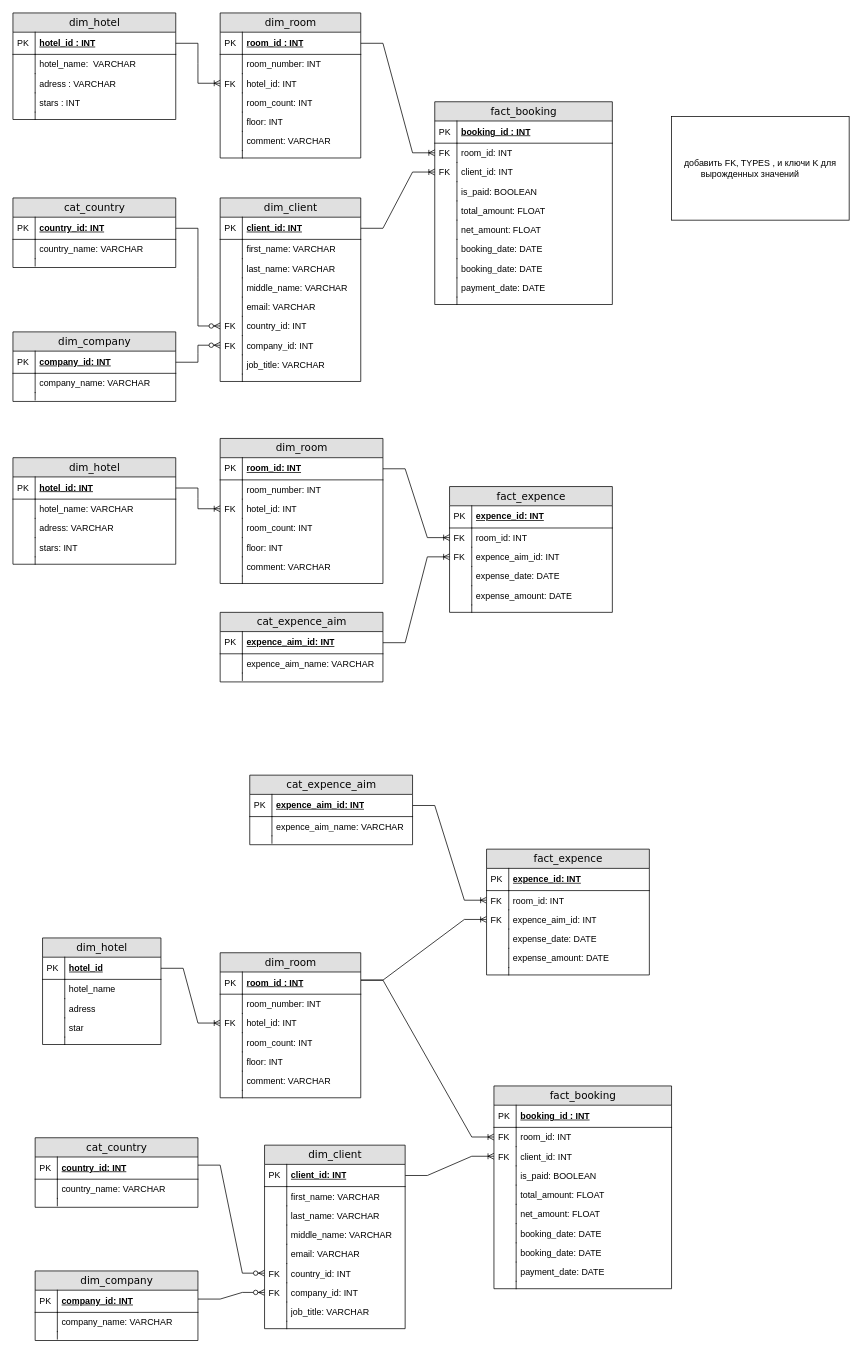
omgwer/Databases keeps this draw.io diagram as lab6/Диаграмма без названия-2.drawio. Above is the earlier version. Source tidied: cells renumbered, new cells numbered last; positions are measured from the earlier drawing's top-left corner, leaving out a move shared by most shapes. Both pictures are drawn from the tidied source at 74%, with x=0, y=0 at pixel (13, 13).
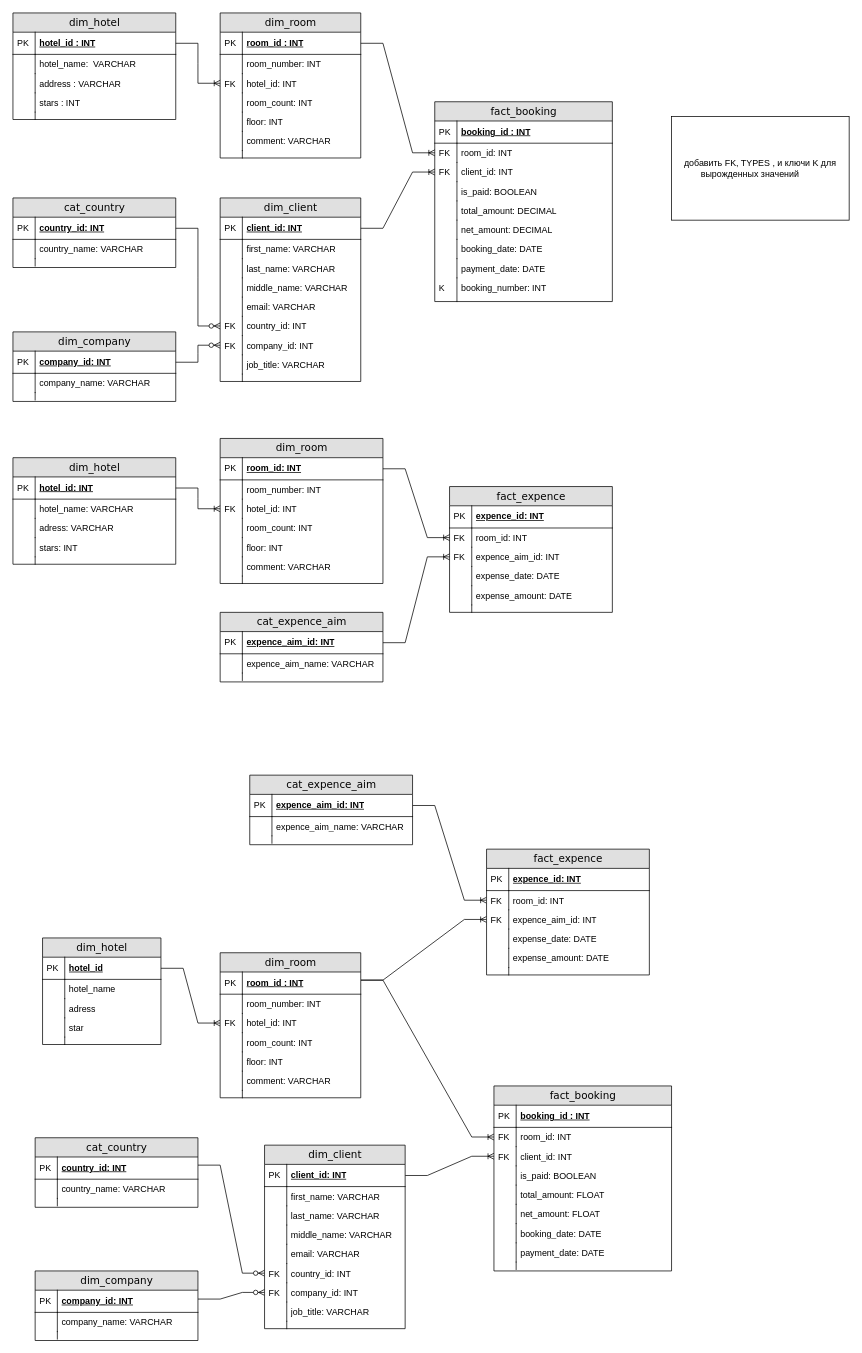
After the change.

Unchanged cells that the change refers to:
```xml
<mxCell id="2" value="dim_hotel" style="swimlane;html=1;fontStyle=0;horizontal=1;startSize=26;fillColor=#e0e0e0;swimlaneFillColor=#ffffff;align=center;rounded=0;shadow=0;comic=0;labelBackgroundColor=none;strokeWidth=1;fontFamily=Verdana;fontSize=14;" parent="1" vertex="1">
  <mxGeometry width="220" height="144" as="geometry" />
</mxCell>
```

What changed in the source:
```diff
@@
-    <mxCell id="7" value="adress : VARCHAR" style="shape=partialRectangle;top=0;left=0;right=0;bottom=0;html=1;align=left;verticalAlign=top;fillColor=none;spacingLeft=34;spacingRight=4;whiteSpace=wrap;overflow=hidden;" parent="2" vertex="1">
+    <mxCell id="7" value="address : VARCHAR" style="shape=partialRectangle;top=0;left=0;right=0;bottom=0;html=1;align=left;verticalAlign=top;fillColor=none;spacingLeft=34;spacingRight=4;whiteSpace=wrap;overflow=hidden;" parent="2" vertex="1">
       <mxGeometry y="82" width="220" height="26" as="geometry" />
     </mxCell>
@@
     <mxCell id="13" value="fact_booking" style="swimlane;html=1;fontStyle=0;horizontal=1;startSize=26;fillColor=#e0e0e0;swimlaneFillColor=#ffffff;align=center;rounded=0;shadow=0;comic=0;labelBackgroundColor=none;strokeWidth=1;fontFamily=Verdana;fontSize=14;" parent="1" vertex="1">
-      <mxGeometry x="570" y="120" width="240" height="274" as="geometry" />
+      <mxGeometry x="570" y="120" width="240" height="270" as="geometry" />
     </mxCell>
@@
-    <mxCell id="22" value="total_amount: FLOAT" style="shape=partialRectangle;top=0;left=0;right=0;bottom=0;html=1;align=left;verticalAlign=top;fillColor=none;spacingLeft=34;spacingRight=4;whiteSpace=wrap;overflow=hidden;" parent="13" vertex="1">
+    <mxCell id="22" value="total_amount: DECIMAL&lt;br&gt;" style="shape=partialRectangle;top=0;left=0;right=0;bottom=0;html=1;align=left;verticalAlign=top;fillColor=none;spacingLeft=34;spacingRight=4;whiteSpace=wrap;overflow=hidden;" parent="13" vertex="1">
       <mxGeometry y="134" width="240" height="26" as="geometry" />
     </mxCell>
@@
-    <mxCell id="24" value="net_amount: FLOAT" style="shape=partialRectangle;top=0;left=0;right=0;bottom=0;html=1;align=left;verticalAlign=top;fillColor=none;spacingLeft=34;spacingRight=4;whiteSpace=wrap;overflow=hidden;" parent="13" vertex="1">
+    <mxCell id="24" value="net_amount: DECIMAL&lt;br&gt;" style="shape=partialRectangle;top=0;left=0;right=0;bottom=0;html=1;align=left;verticalAlign=top;fillColor=none;spacingLeft=34;spacingRight=4;whiteSpace=wrap;overflow=hidden;" parent="13" vertex="1">
       <mxGeometry y="160" width="240" height="26" as="geometry" />
     </mxCell>
@@
-    <mxCell id="26" value="booking_date: DATE" style="shape=partialRectangle;top=0;left=0;right=0;bottom=0;html=1;align=left;verticalAlign=top;fillColor=none;spacingLeft=34;spacingRight=4;whiteSpace=wrap;overflow=hidden;" parent="13" vertex="1">
-      <mxGeometry y="186" width="240" height="26" as="geometry" />
-    </mxCell>
-    <mxCell id="27" style="shape=partialRectangle;top=0;left=0;bottom=0;html=1;fillColor=none;align=left;verticalAlign=top;spacingLeft=4;spacingRight=4;whiteSpace=wrap;overflow=hidden;" parent="26" vertex="1">
-      <mxGeometry width="30" height="26" as="geometry" />
-    </mxCell>
     <mxCell id="28" value="booking_date: DATE" style="shape=partialRectangle;top=0;left=0;right=0;bottom=0;html=1;align=left;verticalAlign=top;fillColor=none;spacingLeft=34;spacingRight=4;whiteSpace=wrap;overflow=hidden;" parent="13" vertex="1">
-      <mxGeometry y="212" width="240" height="26" as="geometry" />
+      <mxGeometry y="186" width="240" height="26" as="geometry" />
     </mxCell>
@@
     <mxCell id="30" value="payment_date: DATE" style="shape=partialRectangle;top=0;left=0;right=0;bottom=0;html=1;align=left;verticalAlign=top;fillColor=none;spacingLeft=34;spacingRight=4;whiteSpace=wrap;overflow=hidden;" parent="13" vertex="1">
-      <mxGeometry y="238" width="240" height="26" as="geometry" />
+      <mxGeometry y="212" width="240" height="26" as="geometry" />
     </mxCell>
@@
-    <mxCell id="32" style="shape=partialRectangle;top=0;left=0;right=0;bottom=0;html=1;align=left;verticalAlign=top;fillColor=none;spacingLeft=34;spacingRight=4;whiteSpace=wrap;overflow=hidden;" parent="13" vertex="1">
-      <mxGeometry y="264" width="240" height="10" as="geometry" />
+    <mxCell id="32" value="booking_number: INT" style="shape=partialRectangle;top=0;left=0;right=0;bottom=0;html=1;align=left;verticalAlign=top;fillColor=none;spacingLeft=34;spacingRight=4;whiteSpace=wrap;overflow=hidden;" parent="13" vertex="1">
+      <mxGeometry y="238" width="240" height="32" as="geometry" />
     </mxCell>
-    <mxCell id="33" style="shape=partialRectangle;top=0;left=0;bottom=0;html=1;fillColor=none;align=left;verticalAlign=top;spacingLeft=4;spacingRight=4;whiteSpace=wrap;overflow=hidden;" parent="32" vertex="1">
-      <mxGeometry width="30" height="10" as="geometry" />
+    <mxCell id="33" value="K" style="shape=partialRectangle;top=0;left=0;bottom=0;html=1;fillColor=none;align=left;verticalAlign=top;spacingLeft=4;spacingRight=4;whiteSpace=wrap;overflow=hidden;" parent="32" vertex="1">
+      <mxGeometry width="30" height="32" as="geometry" />
     </mxCell>
@@
     <mxCell id="176" value="fact_booking" style="swimlane;html=1;fontStyle=0;horizontal=1;startSize=26;fillColor=#e0e0e0;swimlaneFillColor=#ffffff;align=center;rounded=0;shadow=0;comic=0;labelBackgroundColor=none;strokeWidth=1;fontFamily=Verdana;fontSize=14;" parent="1" vertex="1">
-      <mxGeometry x="650" y="1450" width="240" height="274" as="geometry" />
+      <mxGeometry x="650" y="1450" width="240" height="250" as="geometry" />
     </mxCell>
@@
-    <mxCell id="189" value="booking_date: DATE" style="shape=partialRectangle;top=0;left=0;right=0;bottom=0;html=1;align=left;verticalAlign=top;fillColor=none;spacingLeft=34;spacingRight=4;whiteSpace=wrap;overflow=hidden;" parent="176" vertex="1">
-      <mxGeometry y="186" width="240" height="26" as="geometry" />
-    </mxCell>
-    <mxCell id="190" style="shape=partialRectangle;top=0;left=0;bottom=0;html=1;fillColor=none;align=left;verticalAlign=top;spacingLeft=4;spacingRight=4;whiteSpace=wrap;overflow=hidden;" parent="189" vertex="1">
-      <mxGeometry width="30" height="26" as="geometry" />
-    </mxCell>
     <mxCell id="191" value="booking_date: DATE" style="shape=partialRectangle;top=0;left=0;right=0;bottom=0;html=1;align=left;verticalAlign=top;fillColor=none;spacingLeft=34;spacingRight=4;whiteSpace=wrap;overflow=hidden;" parent="176" vertex="1">
-      <mxGeometry y="212" width="240" height="26" as="geometry" />
+      <mxGeometry y="186" width="240" height="26" as="geometry" />
     </mxCell>
@@
     <mxCell id="193" value="payment_date: DATE" style="shape=partialRectangle;top=0;left=0;right=0;bottom=0;html=1;align=left;verticalAlign=top;fillColor=none;spacingLeft=34;spacingRight=4;whiteSpace=wrap;overflow=hidden;" parent="176" vertex="1">
-      <mxGeometry y="238" width="240" height="26" as="geometry" />
+      <mxGeometry y="212" width="240" height="26" as="geometry" />
     </mxCell>
@@
     <mxCell id="195" style="shape=partialRectangle;top=0;left=0;right=0;bottom=0;html=1;align=left;verticalAlign=top;fillColor=none;spacingLeft=34;spacingRight=4;whiteSpace=wrap;overflow=hidden;" parent="176" vertex="1">
-      <mxGeometry y="264" width="240" height="10" as="geometry" />
+      <mxGeometry y="238" width="240" height="10" as="geometry" />
     </mxCell>
```
